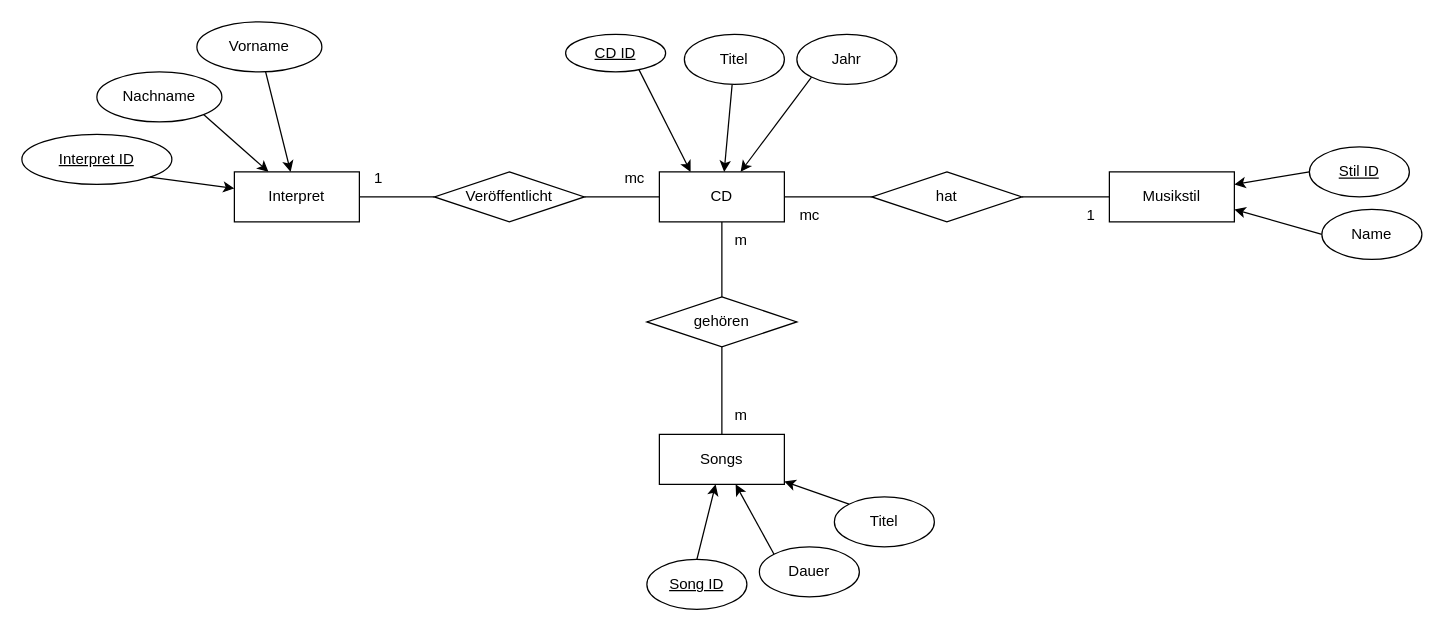
This is 1.LJ/M162/02 ER-Modell/4.4 Musik-Alben/Kap44.drawio from RubeldiRubelda/BBZW_Arbeitsbl-tter_und_Cheat_Sheets_INA2025, a draw.io file, before an edit. Source tidied: cells renumbered, new cells numbered last; positions are measured from the earlier drawing's top-left corner, leaving out a move shared by most shapes. Both pictures are drawn from the tidied source at 125%, with x=0, y=0 at pixel (21, 21).
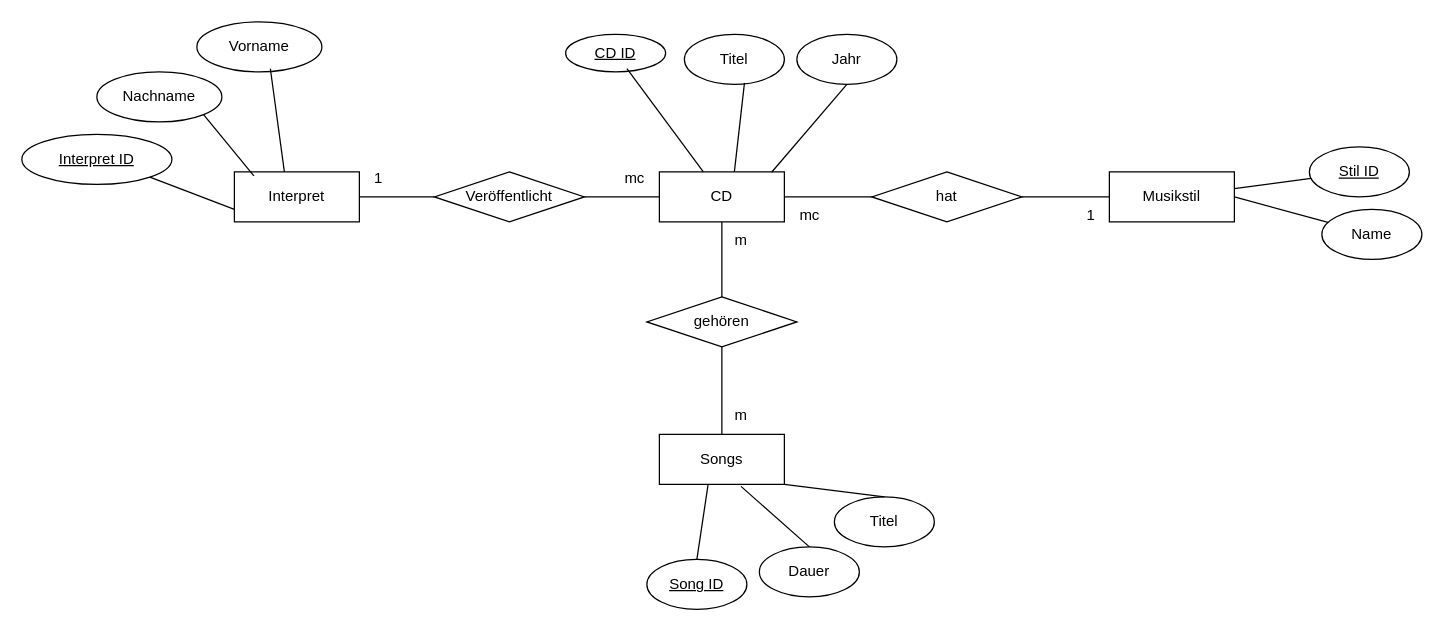
The same diagram, later.

The change refers to these unchanged cells:
```xml
<mxCell id="3" value="Vorname" style="ellipse;whiteSpace=wrap;html=1;" parent="1" vertex="1">
  <mxGeometry x="140" width="100" height="40" as="geometry" />
</mxCell>
<mxCell id="4" value="CD" style="whiteSpace=wrap;html=1;" parent="1" vertex="1">
  <mxGeometry x="510" y="120" width="100" height="40" as="geometry" />
</mxCell>
<mxCell id="6" value="Nachname" style="ellipse;whiteSpace=wrap;html=1;" parent="1" vertex="1">
  <mxGeometry x="60" y="40" width="100" height="40" as="geometry" />
</mxCell>
<mxCell id="7" value="&lt;u&gt;Interpret ID&lt;/u&gt;" style="ellipse;whiteSpace=wrap;html=1;" parent="1" vertex="1">
  <mxGeometry y="90" width="120" height="40" as="geometry" />
</mxCell>
<mxCell id="8" value="Interpret" style="whiteSpace=wrap;html=1;" parent="1" vertex="1">
  <mxGeometry x="170" y="120" width="100" height="40" as="geometry" />
</mxCell>
<mxCell id="10" value="Titel" style="ellipse;whiteSpace=wrap;html=1;" parent="1" vertex="1">
  <mxGeometry x="530" y="10" width="80" height="40" as="geometry" />
</mxCell>
<mxCell id="12" value="&lt;u&gt;CD ID&lt;/u&gt;" style="ellipse;whiteSpace=wrap;html=1;" parent="1" vertex="1">
  <mxGeometry x="435" y="10" width="80" height="30" as="geometry" />
</mxCell>
<mxCell id="14" value="Jahr" style="ellipse;whiteSpace=wrap;html=1;" parent="1" vertex="1">
  <mxGeometry x="620" y="10" width="80" height="40" as="geometry" />
</mxCell>
<mxCell id="19" value="Songs" style="whiteSpace=wrap;html=1;" parent="1" vertex="1">
  <mxGeometry x="510" y="330" width="100" height="40" as="geometry" />
</mxCell>
<mxCell id="21" value="Titel" style="ellipse;whiteSpace=wrap;html=1;" parent="1" vertex="1">
  <mxGeometry x="650" y="380" width="80" height="40" as="geometry" />
</mxCell>
<mxCell id="23" value="Dauer" style="ellipse;whiteSpace=wrap;html=1;" parent="1" vertex="1">
  <mxGeometry x="590" y="420" width="80" height="40" as="geometry" />
</mxCell>
<mxCell id="25" value="&lt;u&gt;Song ID&lt;/u&gt;" style="ellipse;whiteSpace=wrap;html=1;" parent="1" vertex="1">
  <mxGeometry x="500" y="430" width="80" height="40" as="geometry" />
</mxCell>
<mxCell id="29" value="Musikstil" style="whiteSpace=wrap;html=1;" parent="1" vertex="1">
  <mxGeometry x="870" y="120" width="100" height="40" as="geometry" />
</mxCell>
<mxCell id="34" value="&lt;u&gt;Stil ID&lt;/u&gt;" style="ellipse;whiteSpace=wrap;html=1;" parent="1" vertex="1">
  <mxGeometry x="1030" y="100" width="80" height="40" as="geometry" />
</mxCell>
<mxCell id="36" value="Name" style="ellipse;whiteSpace=wrap;html=1;" parent="1" vertex="1">
  <mxGeometry x="1040" y="150" width="80" height="40" as="geometry" />
</mxCell>
```

The edit, as a diff of the source:
```diff
@@
-    <mxCell id="2" style="edgeStyle=none;html=1;" parent="1" edge="1" source="3" target="8">
-      <mxGeometry relative="1" as="geometry" />
-    </mxCell>
@@
-    <mxCell id="5" style="edgeStyle=none;html=1;exitX=1;exitY=1;exitDx=0;exitDy=0;" parent="1" edge="1" source="6" target="8">
-      <mxGeometry relative="1" as="geometry" />
-    </mxCell>
@@
-    <mxCell id="9" style="edgeStyle=none;html=1;" parent="1" edge="1" source="10" target="4">
-      <mxGeometry relative="1" as="geometry" />
-    </mxCell>
@@
-    <mxCell id="11" style="edgeStyle=none;html=1;exitX=0.713;exitY=0.833;exitDx=0;exitDy=0;entryX=0.25;entryY=0;entryDx=0;entryDy=0;exitPerimeter=0;" parent="1" edge="1" source="12" target="4">
-      <mxGeometry relative="1" as="geometry" />
-    </mxCell>
@@
-    <mxCell id="13" style="edgeStyle=none;html=1;exitX=0;exitY=1;exitDx=0;exitDy=0;" parent="1" edge="1" source="14" target="4">
-      <mxGeometry relative="1" as="geometry" />
-    </mxCell>
@@
-    <mxCell id="16" style="edgeStyle=none;html=1;exitX=1;exitY=1;exitDx=0;exitDy=0;" parent="1" edge="1" source="7" target="8">
-      <mxGeometry relative="1" as="geometry" />
-    </mxCell>
@@
-    <mxCell id="20" style="edgeStyle=none;html=1;exitX=0;exitY=0;exitDx=0;exitDy=0;" parent="1" edge="1" source="21" target="19">
-      <mxGeometry relative="1" as="geometry" />
-    </mxCell>
@@
-    <mxCell id="22" style="edgeStyle=none;html=1;exitX=0;exitY=0;exitDx=0;exitDy=0;" parent="1" edge="1" source="23" target="19">
-      <mxGeometry relative="1" as="geometry" />
-    </mxCell>
@@
-    <mxCell id="24" style="edgeStyle=none;html=1;exitX=0.5;exitY=0;exitDx=0;exitDy=0;" parent="1" edge="1" source="25" target="19">
-      <mxGeometry relative="1" as="geometry" />
-    </mxCell>
@@
-    <mxCell id="33" style="edgeStyle=none;html=1;exitX=0;exitY=0.5;exitDx=0;exitDy=0;entryX=1;entryY=0.25;entryDx=0;entryDy=0;" parent="1" edge="1" source="34" target="29">
-      <mxGeometry relative="1" as="geometry" />
-    </mxCell>
@@
-    <mxCell id="35" style="edgeStyle=none;html=1;exitX=0;exitY=0.5;exitDx=0;exitDy=0;entryX=1;entryY=0.75;entryDx=0;entryDy=0;" parent="1" edge="1" source="36" target="29">
-      <mxGeometry relative="1" as="geometry" />
-    </mxCell>
@@
+    <mxCell id="43" style="endArrow=none;html=1;entryX=0.588;entryY=0.937;entryDx=0;entryDy=0;entryPerimeter=0;" parent="1" edge="1" target="3">
+      <mxGeometry relative="1" as="geometry">
+        <mxPoint x="210" y="120" as="sourcePoint" />
+      </mxGeometry>
+    </mxCell>
+    <mxCell id="44" style="endArrow=none;html=1;entryX=1;entryY=1;entryDx=0;entryDy=0;exitX=0.156;exitY=0.078;exitDx=0;exitDy=0;exitPerimeter=0;" parent="1" edge="1" source="8" target="6">
+      <mxGeometry relative="1" as="geometry" />
+    </mxCell>
+    <mxCell id="45" style="endArrow=none;html=1;entryX=1;entryY=1;entryDx=0;entryDy=0;exitX=0;exitY=0.75;exitDx=0;exitDy=0;" parent="1" edge="1" source="8" target="7">
+      <mxGeometry relative="1" as="geometry" />
+    </mxCell>
+    <mxCell id="46" style="endArrow=none;html=1;entryX=0.613;entryY=0.916;entryDx=0;entryDy=0;entryPerimeter=0;" parent="1" edge="1" source="4" target="12">
+      <mxGeometry relative="1" as="geometry" />
+    </mxCell>
+    <mxCell id="47" style="endArrow=none;html=1;entryX=0.601;entryY=0.969;entryDx=0;entryDy=0;entryPerimeter=0;exitX=0.6;exitY=0;exitDx=0;exitDy=0;exitPerimeter=0;" parent="1" edge="1" source="4" target="10">
+      <mxGeometry relative="1" as="geometry" />
+    </mxCell>
+    <mxCell id="48" style="endArrow=none;html=1;entryX=0.5;entryY=1;entryDx=0;entryDy=0;exitX=0.898;exitY=0.007;exitDx=0;exitDy=0;exitPerimeter=0;" parent="1" edge="1" source="4" target="14">
+      <mxGeometry relative="1" as="geometry" />
+    </mxCell>
+    <mxCell id="49" style="endArrow=none;html=1;" parent="1" edge="1" source="29" target="34">
+      <mxGeometry relative="1" as="geometry" />
+    </mxCell>
+    <mxCell id="50" style="endArrow=none;html=1;exitX=1;exitY=0.5;exitDx=0;exitDy=0;" parent="1" edge="1" source="29" target="36">
+      <mxGeometry relative="1" as="geometry" />
+    </mxCell>
+    <mxCell id="51" style="endArrow=none;html=1;entryX=0.5;entryY=0;entryDx=0;entryDy=0;exitX=1;exitY=1;exitDx=0;exitDy=0;" parent="1" edge="1" source="19" target="21">
+      <mxGeometry relative="1" as="geometry" />
+    </mxCell>
+    <mxCell id="52" style="endArrow=none;html=1;entryX=0.5;entryY=0;entryDx=0;entryDy=0;exitX=0.653;exitY=1.04;exitDx=0;exitDy=0;exitPerimeter=0;" parent="1" edge="1" source="19" target="23">
+      <mxGeometry relative="1" as="geometry" />
+    </mxCell>
+    <mxCell id="24" style="endArrow=none;html=1;entryX=0.389;entryY=1.016;entryDx=0;entryDy=0;exitX=0.5;exitY=0;exitDx=0;exitDy=0;entryPerimeter=0;" parent="1" edge="1" source="25" target="19">
+      <mxGeometry relative="1" as="geometry" />
+    </mxCell>
```
